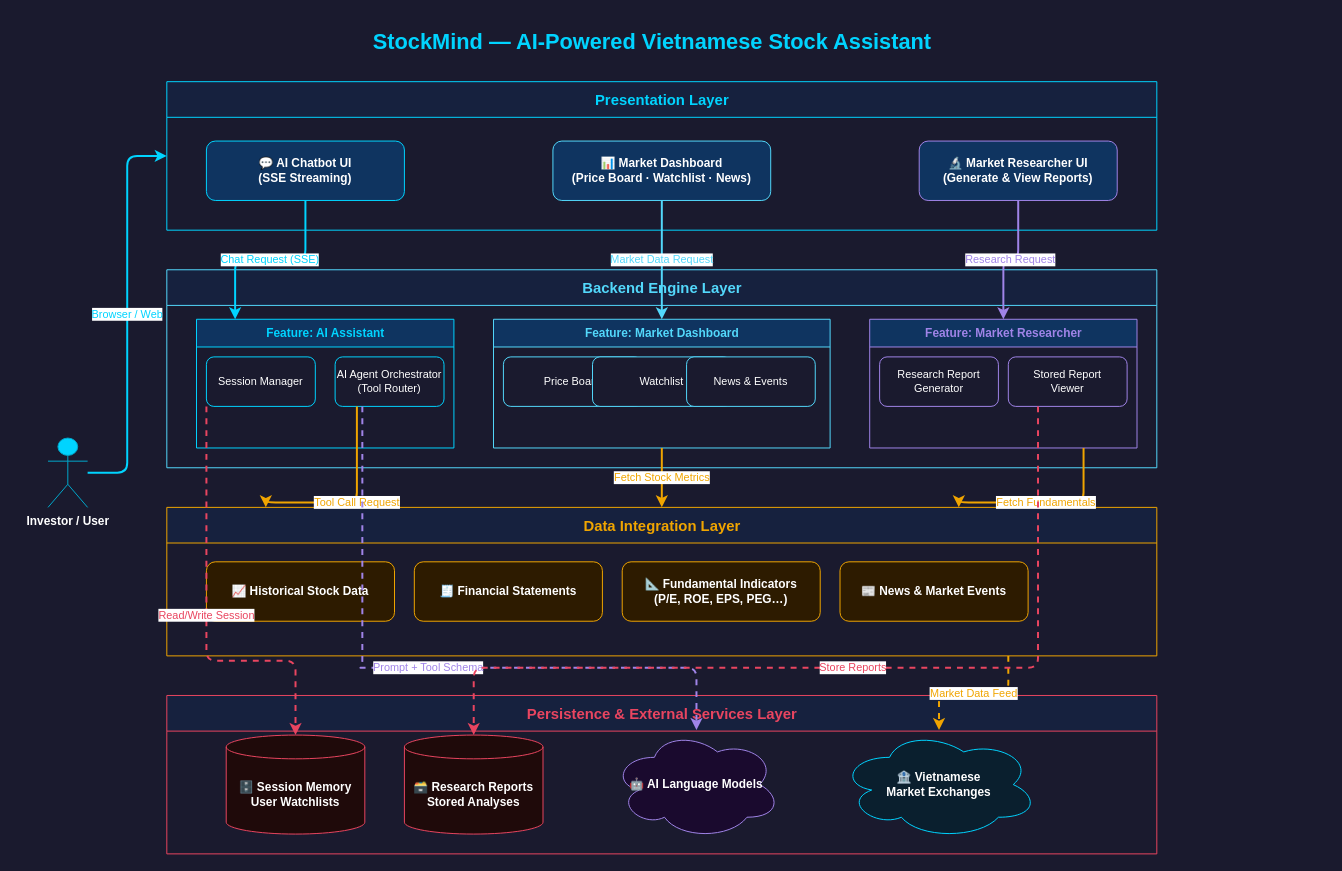
Above: docs/diagrams/StockMind_Conceptual.drawio in DuySeu/StockMind (draw.io), before the change. Source tidied: cells renumbered, new cells numbered last; positions are measured from the earlier drawing's top-left corner, leaving out a move shared by most shapes. Both pictures are drawn from the tidied source at 99%, with x=0, y=0 at pixel (48, 22).
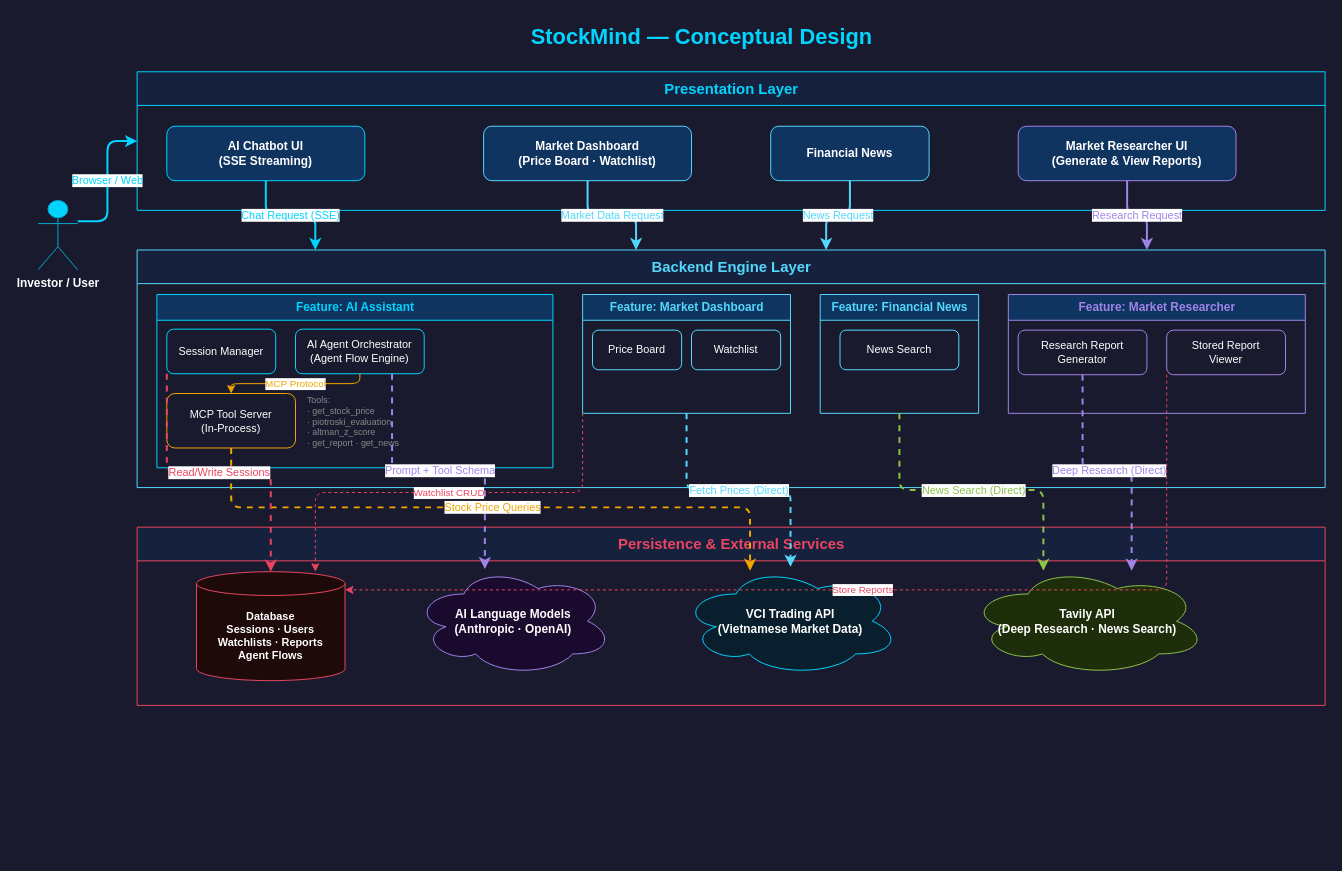
After the change.

Commit message (it also covers changes not shown here):
docs: fix diagrams to match actual codebase architecture (senior-architect review)

Diff of the diagram source:
```diff
@@
-    <mxCell id="2" value="StockMind — AI-Powered Vietnamese Stock Assistant" style="text;html=1;align=center;verticalAlign=middle;fontSize=22;fontStyle=1;fontColor=#00d4ff;strokeColor=none;fillColor=none;" parent="1" vertex="1">
-      <mxGeometry x="160" width="900" height="40" as="geometry" />
+    <mxCell id="2" value="StockMind — Conceptual Design" style="text;html=1;align=center;verticalAlign=middle;fontSize=22;fontStyle=1;fontColor=#00d4ff;strokeColor=none;fillColor=none;" parent="1" vertex="1">
+      <mxGeometry x="210" y="-5" width="900" height="40" as="geometry" />
     </mxCell>
     <mxCell id="3" value="Investor / User" style="shape=umlActor;verticalLabelPosition=bottom;verticalAlign=top;html=1;fillColor=#00d4ff;strokeColor=#00a8cc;fontColor=#ffffff;fontStyle=1;fontSize=12;" parent="1" vertex="1">
-      <mxGeometry y="420" width="40" height="70" as="geometry" />
+      <mxGeometry x="-10" y="180" width="40" height="70" as="geometry" />
     </mxCell>
-    <mxCell id="4" value="Presentation Layer" style="swimlane;html=1;startSize=36;fillColor=#16213e;strokeColor=#00d4ff;fontStyle=1;fontSize=15;fontColor=#00d4ff;horizontal=1;" parent="1" vertex="1">
-      <mxGeometry x="120" y="60" width="1000" height="150" as="geometry" />
+    <mxCell id="4" value="Presentation Layer" style="swimlane;html=1;startSize=34;fillColor=#16213e;strokeColor=#00d4ff;fontStyle=1;fontSize=15;fontColor=#00d4ff;horizontal=1;" parent="1" vertex="1">
+      <mxGeometry x="90" y="50" width="1200" height="140" as="geometry" />
     </mxCell>
-    <mxCell id="5" value="💬  AI Chatbot UI&#10;(SSE Streaming)" style="rounded=1;whiteSpace=wrap;html=1;fillColor=#0f3460;strokeColor=#00d4ff;fontColor=#ffffff;fontSize=12;fontStyle=1;" parent="4" vertex="1">
-      <mxGeometry x="40" y="60" width="200" height="60" as="geometry" />
+    <mxCell id="5" value="AI Chatbot UI&lt;br&gt;(SSE Streaming)" style="rounded=1;whiteSpace=wrap;html=1;fillColor=#0f3460;strokeColor=#00d4ff;fontColor=#ffffff;fontSize=12;fontStyle=1;" parent="4" vertex="1">
+      <mxGeometry x="30" y="55" width="200" height="55" as="geometry" />
     </mxCell>
-    <mxCell id="6" value="📊  Market Dashboard&#10;(Price Board · Watchlist · News)" style="rounded=1;whiteSpace=wrap;html=1;fillColor=#0f3460;strokeColor=#53d8fb;fontColor=#ffffff;fontSize=12;fontStyle=1;" parent="4" vertex="1">
-      <mxGeometry x="390" y="60" width="220" height="60" as="geometry" />
+    <mxCell id="6" value="Market Dashboard&lt;br&gt;(Price Board · Watchlist)" style="rounded=1;whiteSpace=wrap;html=1;fillColor=#0f3460;strokeColor=#53d8fb;fontColor=#ffffff;fontSize=12;fontStyle=1;" parent="4" vertex="1">
+      <mxGeometry x="350" y="55" width="210" height="55" as="geometry" />
     </mxCell>
+    <mxCell id="40" value="Financial News" style="rounded=1;whiteSpace=wrap;html=1;fillColor=#0f3460;strokeColor=#53d8fb;fontColor=#ffffff;fontSize=12;fontStyle=1;" parent="4" vertex="1">
+      <mxGeometry x="640" y="55" width="160" height="55" as="geometry" />
+    </mxCell>
-    <mxCell id="7" value="🔬  Market Researcher UI&#10;(Generate &amp; View Reports)" style="rounded=1;whiteSpace=wrap;html=1;fillColor=#0f3460;strokeColor=#a084e8;fontColor=#ffffff;fontSize=12;fontStyle=1;" parent="4" vertex="1">
-      <mxGeometry x="760" y="60" width="200" height="60" as="geometry" />
+    <mxCell id="7" value="Market Researcher UI&lt;br&gt;(Generate &amp; View Reports)" style="rounded=1;whiteSpace=wrap;html=1;fillColor=#0f3460;strokeColor=#a084e8;fontColor=#ffffff;fontSize=12;fontStyle=1;" parent="4" vertex="1">
+      <mxGeometry x="890" y="55" width="220" height="55" as="geometry" />
     </mxCell>
-    <mxCell id="8" value="Backend Engine Layer" style="swimlane;html=1;startSize=36;fillColor=#16213e;strokeColor=#53d8fb;fontStyle=1;fontSize=15;fontColor=#53d8fb;horizontal=1;" parent="1" vertex="1">
-      <mxGeometry x="120" y="250" width="1000" height="200" as="geometry" />
+    <mxCell id="8" value="Backend Engine Layer" style="swimlane;html=1;startSize=34;fillColor=#16213e;strokeColor=#53d8fb;fontStyle=1;fontSize=15;fontColor=#53d8fb;horizontal=1;" parent="1" vertex="1">
+      <mxGeometry x="90" y="230" width="1200" height="240" as="geometry" />
     </mxCell>
-    <mxCell id="9" value="Feature: AI Assistant" style="swimlane;html=1;startSize=28;fillColor=#0f3460;strokeColor=#00d4ff;fontColor=#00d4ff;fontStyle=1;fontSize=12;" parent="8" vertex="1">
-      <mxGeometry x="30" y="50" width="260" height="130" as="geometry" />
+    <mxCell id="9" value="Feature: AI Assistant" style="swimlane;html=1;startSize=26;fillColor=#0f3460;strokeColor=#00d4ff;fontColor=#00d4ff;fontStyle=1;fontSize=12;" parent="8" vertex="1">
+      <mxGeometry x="20" y="45" width="400" height="175" as="geometry" />
     </mxCell>
     <mxCell id="10" value="Session Manager" style="rounded=1;whiteSpace=wrap;html=1;fillColor=#1a1a2e;strokeColor=#00d4ff;fontColor=#ffffff;fontSize=11;" parent="9" vertex="1">
-      <mxGeometry x="10" y="38" width="110" height="50" as="geometry" />
+      <mxGeometry x="10" y="35" width="110" height="45" as="geometry" />
     </mxCell>
-    <mxCell id="11" value="AI Agent Orchestrator&#10;(Tool Router)" style="rounded=1;whiteSpace=wrap;html=1;fillColor=#1a1a2e;strokeColor=#00d4ff;fontColor=#ffffff;fontSize=11;" parent="9" vertex="1">
-      <mxGeometry x="140" y="38" width="110" height="50" as="geometry" />
+    <mxCell id="11" value="AI Agent Orchestrator&lt;br&gt;(Agent Flow Engine)" style="rounded=1;whiteSpace=wrap;html=1;fillColor=#1a1a2e;strokeColor=#00d4ff;fontColor=#ffffff;fontSize=11;" parent="9" vertex="1">
+      <mxGeometry x="140" y="35" width="130" height="45" as="geometry" />
     </mxCell>
+    <mxCell id="41" value="MCP Tool Server&lt;br&gt;(In-Process)" style="rounded=1;whiteSpace=wrap;html=1;fillColor=#1a1a2e;strokeColor=#f0a500;fontColor=#ffffff;fontSize=11;" parent="9" vertex="1">
+      <mxGeometry x="10" y="100" width="130" height="55" as="geometry" />
+    </mxCell>
+    <mxCell id="42" value="Tools:&lt;br&gt;· get_stock_price&lt;br&gt;· piotroski_evaluation&lt;br&gt;· altman_z_score&lt;br&gt;· get_report · get_news" style="text;html=1;align=left;fillColor=none;strokeColor=none;fontColor=#888888;fontSize=9;" parent="9" vertex="1">
+      <mxGeometry x="150" y="95" width="240" height="70" as="geometry" />
+    </mxCell>
+    <mxCell id="43" value="MCP Protocol" style="edgeStyle=orthogonalEdgeStyle;rounded=1;html=1;exitX=0.5;exitY=1;entryX=0.5;entryY=0;strokeWidth=1;strokeColor=#f0a500;fontColor=#f0a500;fontSize=10;" parent="9" edge="1" source="11" target="41">
+      <mxGeometry relative="1" as="geometry" />
+    </mxCell>
-    <mxCell id="12" value="Feature: Market Dashboard" style="swimlane;html=1;startSize=28;fillColor=#0f3460;strokeColor=#53d8fb;fontColor=#53d8fb;fontStyle=1;fontSize=12;" parent="8" vertex="1">
-      <mxGeometry x="330" y="50" width="340" height="130" as="geometry" />
+    <mxCell id="12" value="Feature: Market Dashboard" style="swimlane;html=1;startSize=26;fillColor=#0f3460;strokeColor=#53d8fb;fontColor=#53d8fb;fontStyle=1;fontSize=12;" parent="8" vertex="1">
+      <mxGeometry x="450" y="45" width="210" height="120" as="geometry" />
     </mxCell>
     <mxCell id="13" value="Price Board" style="rounded=1;whiteSpace=wrap;html=1;fillColor=#1a1a2e;strokeColor=#53d8fb;fontColor=#ffffff;fontSize=11;" parent="12" vertex="1">
-      <mxGeometry x="10" y="38" width="140" height="50" as="geometry" />
+      <mxGeometry x="10" y="36" width="90" height="40" as="geometry" />
     </mxCell>
     <mxCell id="14" value="Watchlist" style="rounded=1;whiteSpace=wrap;html=1;fillColor=#1a1a2e;strokeColor=#53d8fb;fontColor=#ffffff;fontSize=11;" parent="12" vertex="1">
-      <mxGeometry x="100" y="38" width="140" height="50" as="geometry" />
+      <mxGeometry x="110" y="36" width="90" height="40" as="geometry" />
     </mxCell>
-    <mxCell id="15" value="News &amp; Events" style="rounded=1;whiteSpace=wrap;html=1;fillColor=#1a1a2e;strokeColor=#53d8fb;fontColor=#ffffff;fontSize=11;" parent="12" vertex="1">
-      <mxGeometry x="195" y="38" width="130" height="50" as="geometry" />
-    </mxCell>
+    <mxCell id="44" value="Feature: Financial News" style="swimlane;html=1;startSize=26;fillColor=#0f3460;strokeColor=#53d8fb;fontColor=#53d8fb;fontStyle=1;fontSize=12;" parent="8" vertex="1">
+      <mxGeometry x="690" y="45" width="160" height="120" as="geometry" />
+    </mxCell>
+    <mxCell id="45" value="News Search" style="rounded=1;whiteSpace=wrap;html=1;fillColor=#1a1a2e;strokeColor=#53d8fb;fontColor=#ffffff;fontSize=11;" parent="44" vertex="1">
+      <mxGeometry x="20" y="36" width="120" height="40" as="geometry" />
+    </mxCell>
-    <mxCell id="16" value="Feature: Market Researcher" style="swimlane;html=1;startSize=28;fillColor=#0f3460;strokeColor=#a084e8;fontColor=#a084e8;fontStyle=1;fontSize=12;" parent="8" vertex="1">
-      <mxGeometry x="710" y="50" width="270" height="130" as="geometry" />
+    <mxCell id="16" value="Feature: Market Researcher" style="swimlane;html=1;startSize=26;fillColor=#0f3460;strokeColor=#a084e8;fontColor=#a084e8;fontStyle=1;fontSize=12;" parent="8" vertex="1">
+      <mxGeometry x="880" y="45" width="300" height="120" as="geometry" />
     </mxCell>
-    <mxCell id="17" value="Research Report&#10;Generator" style="rounded=1;whiteSpace=wrap;html=1;fillColor=#1a1a2e;strokeColor=#a084e8;fontColor=#ffffff;fontSize=11;" parent="16" vertex="1">
-      <mxGeometry x="10" y="38" width="120" height="50" as="geometry" />
+    <mxCell id="17" value="Research Report&lt;br&gt;Generator" style="rounded=1;whiteSpace=wrap;html=1;fillColor=#1a1a2e;strokeColor=#a084e8;fontColor=#ffffff;fontSize=11;" parent="16" vertex="1">
+      <mxGeometry x="10" y="36" width="130" height="45" as="geometry" />
     </mxCell>
-    <mxCell id="18" value="Stored Report&#10;Viewer" style="rounded=1;whiteSpace=wrap;html=1;fillColor=#1a1a2e;strokeColor=#a084e8;fontColor=#ffffff;fontSize=11;" parent="16" vertex="1">
-      <mxGeometry x="140" y="38" width="120" height="50" as="geometry" />
+    <mxCell id="18" value="Stored Report&lt;br&gt;Viewer" style="rounded=1;whiteSpace=wrap;html=1;fillColor=#1a1a2e;strokeColor=#a084e8;fontColor=#ffffff;fontSize=11;" parent="16" vertex="1">
+      <mxGeometry x="160" y="36" width="120" height="45" as="geometry" />
     </mxCell>
-    <mxCell id="19" value="Data Integration Layer" style="swimlane;html=1;startSize=36;fillColor=#16213e;strokeColor=#f0a500;fontStyle=1;fontSize=15;fontColor=#f0a500;horizontal=1;" parent="1" vertex="1">
-      <mxGeometry x="120" y="490" width="1000" height="150" as="geometry" />
+    <mxCell id="19" value="Persistence &amp; External Services" style="swimlane;html=1;startSize=34;fillColor=#16213e;strokeColor=#e94560;fontStyle=1;fontSize=15;fontColor=#e94560;horizontal=1;" parent="1" vertex="1">
+      <mxGeometry x="90" y="510" width="1200" height="180" as="geometry" />
     </mxCell>
-    <mxCell id="20" value="📈  Historical Stock Data" style="rounded=1;whiteSpace=wrap;html=1;fillColor=#2d1b00;strokeColor=#f0a500;fontColor=#ffffff;fontSize=12;fontStyle=1;" parent="19" vertex="1">
-      <mxGeometry x="40" y="55" width="190" height="60" as="geometry" />
-    </mxCell>
-    <mxCell id="21" value="🧾  Financial Statements" style="rounded=1;whiteSpace=wrap;html=1;fillColor=#2d1b00;strokeColor=#f0a500;fontColor=#ffffff;fontSize=12;fontStyle=1;" parent="19" vertex="1">
-      <mxGeometry x="250" y="55" width="190" height="60" as="geometry" />
-    </mxCell>
-    <mxCell id="22" value="📐  Fundamental Indicators&#10;(P/E, ROE, EPS, PEG…)" style="rounded=1;whiteSpace=wrap;html=1;fillColor=#2d1b00;strokeColor=#f0a500;fontColor=#ffffff;fontSize=12;fontStyle=1;" parent="19" vertex="1">
-      <mxGeometry x="460" y="55" width="200" height="60" as="geometry" />
-    </mxCell>
-    <mxCell id="23" value="📰  News &amp; Market Events" style="rounded=1;whiteSpace=wrap;html=1;fillColor=#2d1b00;strokeColor=#f0a500;fontColor=#ffffff;fontSize=12;fontStyle=1;" parent="19" vertex="1">
-      <mxGeometry x="680" y="55" width="190" height="60" as="geometry" />
-    </mxCell>
-    <mxCell id="24" value="Persistence &amp; External Services Layer" style="swimlane;html=1;startSize=36;fillColor=#16213e;strokeColor=#e94560;fontStyle=1;fontSize=15;fontColor=#e94560;horizontal=1;" parent="1" vertex="1">
-      <mxGeometry x="120" y="680" width="1000" height="160" as="geometry" />
-    </mxCell>
-    <mxCell id="25" value="🗄️  Session Memory&#10;User Watchlists" style="shape=cylinder3;whiteSpace=wrap;html=1;boundedLbl=1;backgroundOutline=1;size=12;fillColor=#1f0a0a;strokeColor=#e94560;fontColor=#ffffff;fontSize=12;fontStyle=1;" parent="24" vertex="1">
-      <mxGeometry x="60" y="40" width="140" height="100" as="geometry" />
-    </mxCell>
-    <mxCell id="26" value="🗃️  Research Reports&#10;Stored Analyses" style="shape=cylinder3;whiteSpace=wrap;html=1;boundedLbl=1;backgroundOutline=1;size=12;fillColor=#1f0a0a;strokeColor=#e94560;fontColor=#ffffff;fontSize=12;fontStyle=1;" parent="24" vertex="1">
-      <mxGeometry x="240" y="40" width="140" height="100" as="geometry" />
-    </mxCell>
-    <mxCell id="27" value="🤖  AI Language Models" style="ellipse;shape=cloud;whiteSpace=wrap;html=1;fillColor=#1a0a2e;strokeColor=#a084e8;fontColor=#ffffff;fontSize=12;fontStyle=1;" parent="24" vertex="1">
-      <mxGeometry x="450" y="35" width="170" height="110" as="geometry" />
-    </mxCell>
-    <mxCell id="28" value="🏦  Vietnamese&#10;Market Exchanges" style="ellipse;shape=cloud;whiteSpace=wrap;html=1;fillColor=#0a1f2e;strokeColor=#00d4ff;fontColor=#ffffff;fontSize=12;fontStyle=1;" parent="24" vertex="1">
-      <mxGeometry x="680" y="35" width="200" height="110" as="geometry" />
-    </mxCell>
+    <mxCell id="46" value="Database&lt;br&gt;Sessions · Users&lt;br&gt;Watchlists · Reports&lt;br&gt;Agent Flows" style="shape=cylinder3;whiteSpace=wrap;html=1;boundedLbl=1;backgroundOutline=1;size=12;fillColor=#1f0a0a;strokeColor=#e94560;fontColor=#ffffff;fontSize=11;fontStyle=1;" parent="19" vertex="1">
+      <mxGeometry x="60" y="45" width="150" height="110" as="geometry" />
+    </mxCell>
+    <mxCell id="47" value="AI Language Models&lt;br&gt;(Anthropic · OpenAI)" style="ellipse;shape=cloud;whiteSpace=wrap;html=1;fillColor=#1a0a2e;strokeColor=#a084e8;fontColor=#ffffff;fontSize=12;fontStyle=1;" parent="19" vertex="1">
+      <mxGeometry x="280" y="40" width="200" height="110" as="geometry" />
+    </mxCell>
+    <mxCell id="48" value="VCI Trading API&lt;br&gt;(Vietnamese Market Data)" style="ellipse;shape=cloud;whiteSpace=wrap;html=1;fillColor=#0a1f2e;strokeColor=#00d4ff;fontColor=#ffffff;fontSize=12;fontStyle=1;" parent="19" vertex="1">
+      <mxGeometry x="550" y="40" width="220" height="110" as="geometry" />
+    </mxCell>
+    <mxCell id="49" value="Tavily API&lt;br&gt;(Deep Research · News Search)" style="ellipse;shape=cloud;whiteSpace=wrap;html=1;fillColor=#1f2e0a;strokeColor=#8bc34a;fontColor=#ffffff;fontSize=12;fontStyle=1;" parent="19" vertex="1">
+      <mxGeometry x="840" y="40" width="240" height="110" as="geometry" />
+    </mxCell>
-    <mxCell id="29" value="Browser / Web" style="edgeStyle=orthogonalEdgeStyle;rounded=1;html=1;exitX=1;exitY=0.5;entryX=0;entryY=0.5;strokeWidth=2;strokeColor=#00d4ff;fontColor=#00d4ff;fontSize=11;" parent="1" edge="1" source="3" target="4">
+    <mxCell id="29" value="Browser / Web" style="edgeStyle=orthogonalEdgeStyle;rounded=1;html=1;exitX=1;exitY=0.3;entryX=0;entryY=0.5;strokeWidth=2;strokeColor=#00d4ff;fontColor=#00d4ff;fontSize=11;" parent="1" edge="1" source="3" target="4">
       <mxGeometry relative="1" as="geometry" />
     </mxCell>
-    <mxCell id="30" value="Chat Request (SSE)" style="edgeStyle=orthogonalEdgeStyle;rounded=1;html=1;exitX=0.5;exitY=1;entryX=0.15;entryY=0;strokeWidth=2;strokeColor=#00d4ff;fontColor=#00d4ff;fontSize=11;" parent="1" edge="1" source="5" target="9">
+    <mxCell id="30" value="Chat Request (SSE)" style="edgeStyle=orthogonalEdgeStyle;rounded=1;html=1;exitX=0.5;exitY=1;entryX=0.15;entryY=0;strokeWidth=2;strokeColor=#00d4ff;fontColor=#00d4ff;fontSize=11;" parent="1" edge="1" source="5" target="8">
       <mxGeometry relative="1" as="geometry" />
     </mxCell>
-    <mxCell id="31" value="Market Data Request" style="edgeStyle=orthogonalEdgeStyle;rounded=1;html=1;exitX=0.5;exitY=1;entryX=0.5;entryY=0;strokeWidth=2;strokeColor=#53d8fb;fontColor=#53d8fb;fontSize=11;" parent="1" edge="1" source="6" target="12">
+    <mxCell id="31" value="Market Data Request" style="edgeStyle=orthogonalEdgeStyle;rounded=1;html=1;exitX=0.5;exitY=1;entryX=0.42;entryY=0;strokeWidth=2;strokeColor=#53d8fb;fontColor=#53d8fb;fontSize=11;" parent="1" edge="1" source="6" target="8">
       <mxGeometry relative="1" as="geometry" />
     </mxCell>
+    <mxCell id="50" value="News Request" style="edgeStyle=orthogonalEdgeStyle;rounded=1;html=1;exitX=0.5;exitY=1;entryX=0.58;entryY=0;strokeWidth=2;strokeColor=#53d8fb;fontColor=#53d8fb;fontSize=11;" parent="1" edge="1" source="40" target="8">
+      <mxGeometry relative="1" as="geometry" />
+    </mxCell>
-    <mxCell id="32" value="Research Request" style="edgeStyle=orthogonalEdgeStyle;rounded=1;html=1;exitX=0.5;exitY=1;entryX=0.5;entryY=0;strokeWidth=2;strokeColor=#a084e8;fontColor=#a084e8;fontSize=11;" parent="1" edge="1" source="7" target="16">
+    <mxCell id="32" value="Research Request" style="edgeStyle=orthogonalEdgeStyle;rounded=1;html=1;exitX=0.5;exitY=1;entryX=0.85;entryY=0;strokeWidth=2;strokeColor=#a084e8;fontColor=#a084e8;fontSize=11;" parent="1" edge="1" source="7" target="8">
       <mxGeometry relative="1" as="geometry" />
     </mxCell>
-    <mxCell id="33" value="Tool Call Request" style="edgeStyle=orthogonalEdgeStyle;rounded=1;html=1;exitX=0.2;exitY=1;entryX=0.1;entryY=0;strokeWidth=2;strokeColor=#f0a500;fontColor=#f0a500;fontSize=11;" parent="1" edge="1" source="11" target="19">
-      <mxGeometry relative="1" as="geometry">
-        <Array as="points">
-          <mxPoint x="262" y="485" />
-          <mxPoint x="185" y="485" />
-        </Array>
-      </mxGeometry>
+    <mxCell id="33" value="Prompt + Tool Schema" style="edgeStyle=orthogonalEdgeStyle;rounded=1;html=1;exitX=0.75;exitY=1;entryX=0.35;entryY=0;strokeWidth=2;strokeColor=#a084e8;fontColor=#a084e8;fontSize=11;dashed=1;" parent="1" edge="1" source="11" target="47">
+      <mxGeometry relative="1" as="geometry" />
     </mxCell>
-    <mxCell id="34" value="Fetch Stock Metrics" style="edgeStyle=orthogonalEdgeStyle;rounded=1;html=1;exitX=0.5;exitY=1;entryX=0.5;entryY=0;strokeWidth=2;strokeColor=#f0a500;fontColor=#f0a500;fontSize=11;" parent="1" edge="1" source="12" target="19">
+    <mxCell id="34" value="Stock Price Queries" style="edgeStyle=orthogonalEdgeStyle;rounded=1;html=1;exitX=0.5;exitY=1;entryX=0.3;entryY=0;strokeWidth=2;strokeColor=#f0a500;fontColor=#f0a500;fontSize=11;dashed=1;" parent="1" edge="1" source="41" target="48">
       <mxGeometry relative="1" as="geometry" />
     </mxCell>
-    <mxCell id="35" value="Fetch Fundamentals" style="edgeStyle=orthogonalEdgeStyle;rounded=1;html=1;exitX=0.8;exitY=1;entryX=0.8;entryY=0;strokeWidth=2;strokeColor=#f0a500;fontColor=#f0a500;fontSize=11;" parent="1" edge="1" source="16" target="19">
-      <mxGeometry relative="1" as="geometry">
-        <Array as="points">
-          <mxPoint x="980" y="485" />
-          <mxPoint x="930" y="485" />
-        </Array>
-      </mxGeometry>
+    <mxCell id="35" value="Fetch Prices (Direct)" style="edgeStyle=orthogonalEdgeStyle;rounded=1;html=1;exitX=0.5;exitY=1;entryX=0.5;entryY=0;strokeWidth=2;strokeColor=#53d8fb;fontColor=#53d8fb;fontSize=11;dashed=1;" parent="1" edge="1" source="12" target="48">
+      <mxGeometry relative="1" as="geometry" />
     </mxCell>
+    <mxCell id="51" value="News Search (Direct)" style="edgeStyle=orthogonalEdgeStyle;rounded=1;html=1;exitX=0.5;exitY=1;entryX=0.3;entryY=0;strokeWidth=2;strokeColor=#8bc34a;fontColor=#8bc34a;fontSize=11;dashed=1;" parent="1" edge="1" source="44" target="49">
+      <mxGeometry relative="1" as="geometry" />
+    </mxCell>
-    <mxCell id="36" value="Market Data Feed" style="edgeStyle=orthogonalEdgeStyle;rounded=1;html=1;exitX=0.85;exitY=1;entryX=0.5;entryY=0;strokeWidth=2;strokeColor=#f0a500;fontColor=#f0a500;fontSize=11;dashed=1;" parent="1" edge="1" source="19" target="28">
+    <mxCell id="36" value="Deep Research (Direct)" style="edgeStyle=orthogonalEdgeStyle;rounded=1;html=1;exitX=0.5;exitY=1;entryX=0.7;entryY=0;strokeWidth=2;strokeColor=#a084e8;fontColor=#a084e8;fontSize=11;dashed=1;" parent="1" edge="1" source="17" target="49">
       <mxGeometry relative="1" as="geometry" />
     </mxCell>
-    <mxCell id="37" value="Prompt + Tool Schema" style="edgeStyle=orthogonalEdgeStyle;rounded=1;html=1;exitX=0.25;exitY=1;entryX=0.5;entryY=0;strokeWidth=2;strokeColor=#a084e8;fontColor=#a084e8;fontSize=11;dashed=1;" parent="1" edge="1" source="11" target="27">
-      <mxGeometry relative="1" as="geometry">
-        <Array as="points">
-          <mxPoint x="315" y="652" />
-          <mxPoint x="495" y="652" />
-        </Array>
-      </mxGeometry>
+    <mxCell id="37" value="Read/Write Sessions" style="edgeStyle=orthogonalEdgeStyle;rounded=1;html=1;exitX=0;exitY=1;entryX=0.5;entryY=0;strokeWidth=2;strokeColor=#e94560;fontColor=#e94560;fontSize=11;dashed=1;" parent="1" edge="1" source="10" target="46">
+      <mxGeometry relative="1" as="geometry" />
     </mxCell>
-    <mxCell id="38" value="Read/Write Session" style="edgeStyle=orthogonalEdgeStyle;rounded=1;html=1;exitX=0;exitY=1;entryX=0.5;entryY=0;strokeWidth=2;strokeColor=#e94560;fontColor=#e94560;fontSize=11;dashed=1;" parent="1" edge="1" source="10" target="25">
-      <mxGeometry relative="1" as="geometry">
-        <Array as="points">
-          <mxPoint x="185" y="645" />
-          <mxPoint x="90" y="645" />
-        </Array>
-      </mxGeometry>
+    <mxCell id="38" value="Watchlist CRUD" style="edgeStyle=orthogonalEdgeStyle;rounded=1;html=1;exitX=0;exitY=1;entryX=0.8;entryY=0;strokeWidth=1;strokeColor=#e94560;fontColor=#e94560;fontSize=10;dashed=1;" parent="1" edge="1" source="12" target="46">
+      <mxGeometry relative="1" as="geometry" />
     </mxCell>
-    <mxCell id="39" value="Store Reports" style="edgeStyle=orthogonalEdgeStyle;rounded=1;html=1;exitX=0.25;exitY=1;entryX=0.5;entryY=0;strokeWidth=2;strokeColor=#e94560;fontColor=#e94560;fontSize=11;dashed=1;" parent="1" edge="1" source="18" target="26">
-      <mxGeometry relative="1" as="geometry">
-        <Array as="points">
-          <mxPoint x="815" y="652" />
-          <mxPoint x="270" y="652" />
-        </Array>
-      </mxGeometry>
+    <mxCell id="39" value="Store Reports" style="edgeStyle=orthogonalEdgeStyle;rounded=1;html=1;exitX=0;exitY=1;entryX=0.95;entryY=0.2;strokeWidth=1;strokeColor=#e94560;fontColor=#e94560;fontSize=10;dashed=1;" parent="1" edge="1" source="18" target="46">
+      <mxGeometry relative="1" as="geometry" />
     </mxCell>
```
